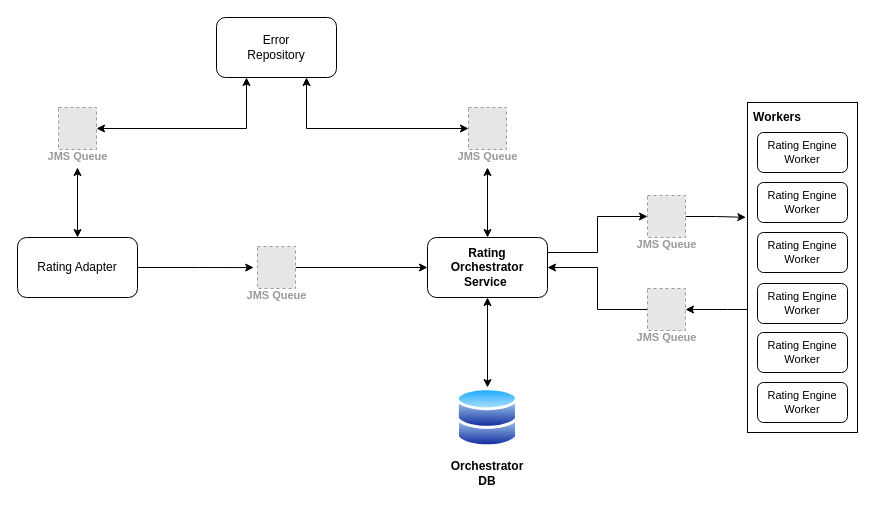
Before: FDX_KT.drawio in sachinborse/flow-diagrams, a draw.io diagram. Source tidied: cells renumbered, new cells numbered last; positions are measured from the earlier drawing's top-left corner, leaving out a move shared by most shapes. Both pictures are drawn from the tidied source at 100%, with x=0, y=0 at pixel (17, 17). Pictures stored in the file or linked from it are replaced by grey dashed boxes.
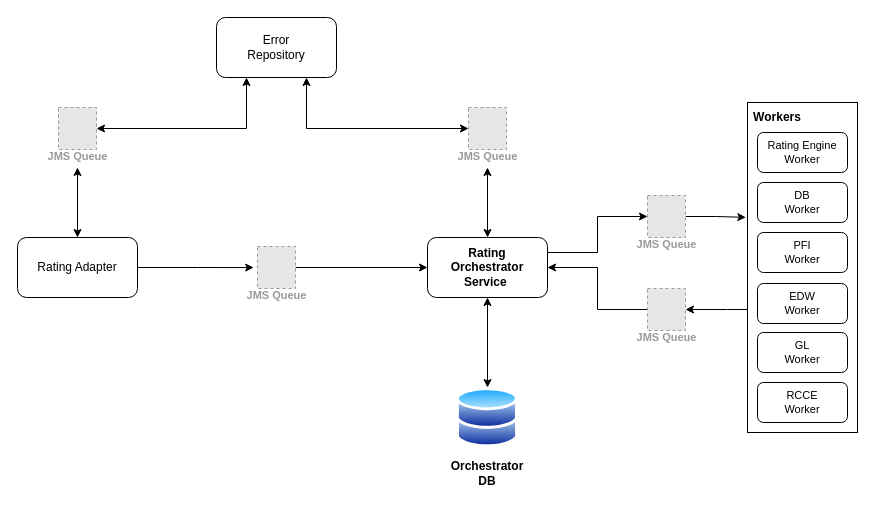
After the change.

Unchanged cells that the change refers to:
```xml
<mxCell id="15" style="group;" parent="1" vertex="1">
  <mxGeometry x="730" y="85" width="110" height="330" as="geometry" />
</mxCell>
```

What changed in the source:
```diff
@@
-    <mxCell id="19" value="Rating Engine &lt;br style=&quot;font-size: 11px;&quot;&gt;Worker" style="rounded=1;whiteSpace=wrap;html=1;fontSize=11;" parent="15" vertex="1">
+    <mxCell id="19" value="DB&lt;br style=&quot;font-size: 11px;&quot;&gt;Worker" style="rounded=1;whiteSpace=wrap;html=1;fontSize=11;" parent="15" vertex="1">
       <mxGeometry x="10" y="80" width="90" height="40" as="geometry" />
     </mxCell>
-    <mxCell id="20" value="Rating Engine &lt;br style=&quot;font-size: 11px;&quot;&gt;Worker" style="rounded=1;whiteSpace=wrap;html=1;fontSize=11;" parent="15" vertex="1">
+    <mxCell id="20" value="PFI&lt;br style=&quot;font-size: 11px;&quot;&gt;Worker" style="rounded=1;whiteSpace=wrap;html=1;fontSize=11;" parent="15" vertex="1">
       <mxGeometry x="10" y="130" width="90" height="40" as="geometry" />
     </mxCell>
-    <mxCell id="21" value="Rating Engine &lt;br style=&quot;font-size: 11px;&quot;&gt;Worker" style="rounded=1;whiteSpace=wrap;html=1;fontSize=11;" parent="15" vertex="1">
+    <mxCell id="21" value="EDW&lt;br style=&quot;font-size: 11px;&quot;&gt;Worker" style="rounded=1;whiteSpace=wrap;html=1;fontSize=11;" parent="15" vertex="1">
       <mxGeometry x="10" y="181" width="90" height="40" as="geometry" />
     </mxCell>
-    <mxCell id="22" value="Rating Engine &lt;br style=&quot;font-size: 11px;&quot;&gt;Worker" style="rounded=1;whiteSpace=wrap;html=1;fontSize=11;" parent="15" vertex="1">
+    <mxCell id="22" value="GL&lt;br style=&quot;font-size: 11px;&quot;&gt;Worker" style="rounded=1;whiteSpace=wrap;html=1;fontSize=11;" parent="15" vertex="1">
       <mxGeometry x="10" y="230" width="90" height="40" as="geometry" />
     </mxCell>
-    <mxCell id="23" value="Rating Engine &lt;br style=&quot;font-size: 11px;&quot;&gt;Worker" style="rounded=1;whiteSpace=wrap;html=1;fontSize=11;" parent="15" vertex="1">
+    <mxCell id="23" value="RCCE&lt;br style=&quot;font-size: 11px;&quot;&gt;Worker" style="rounded=1;whiteSpace=wrap;html=1;fontSize=11;" parent="15" vertex="1">
       <mxGeometry x="10" y="280" width="90" height="40" as="geometry" />
     </mxCell>
```
